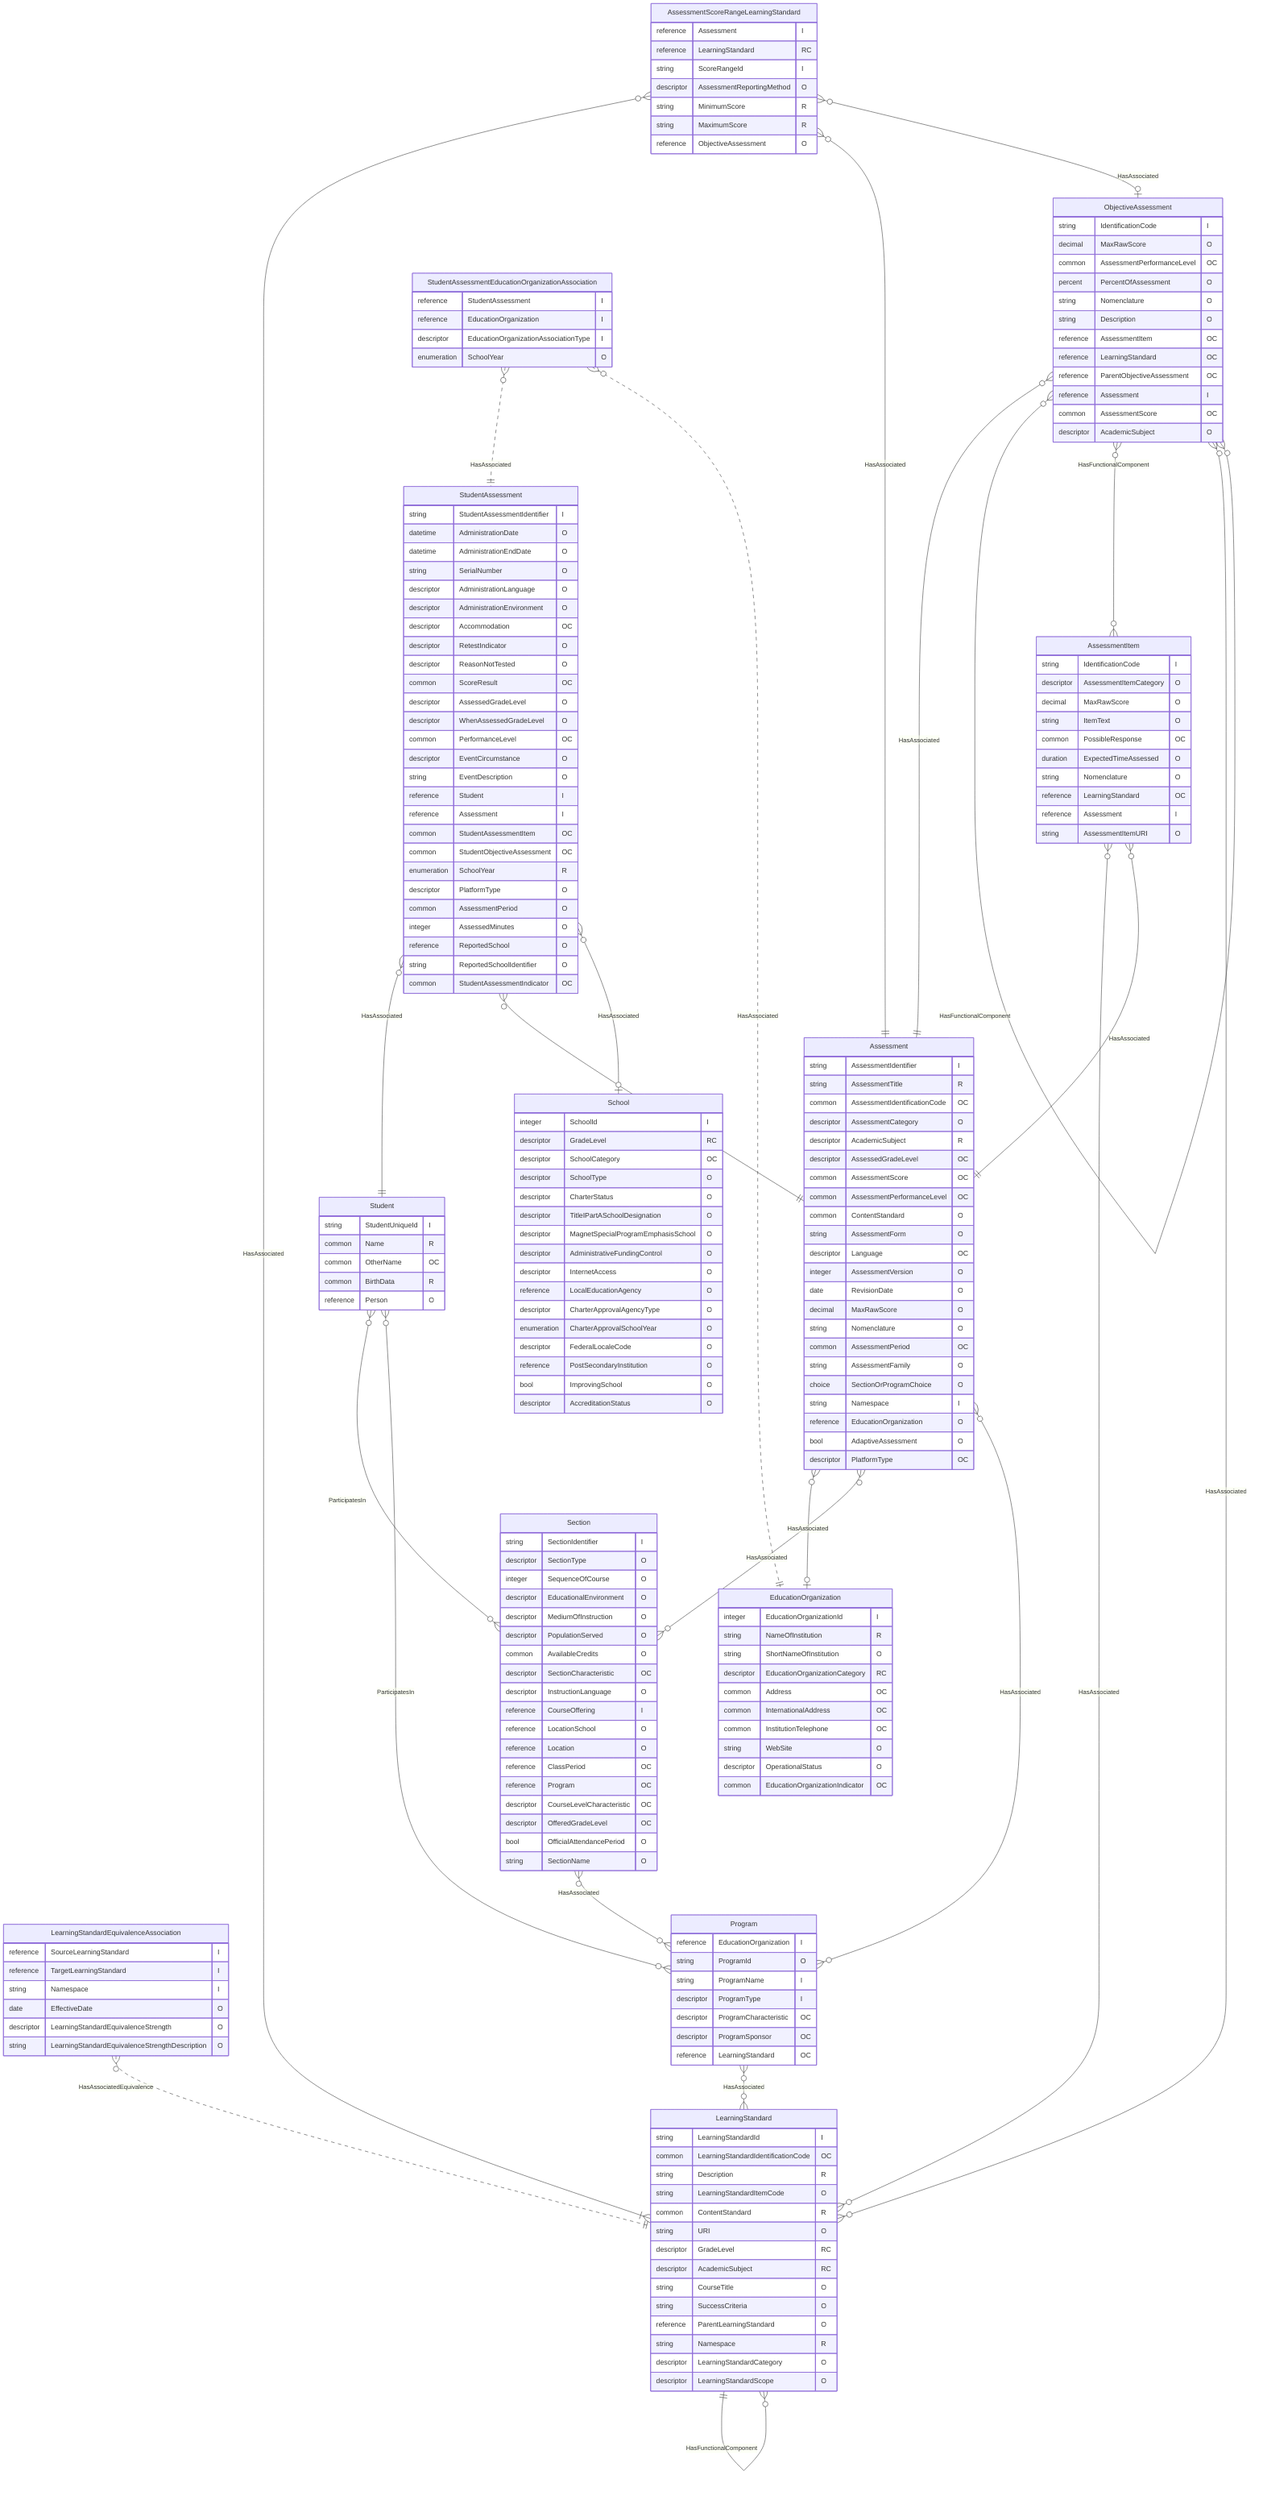
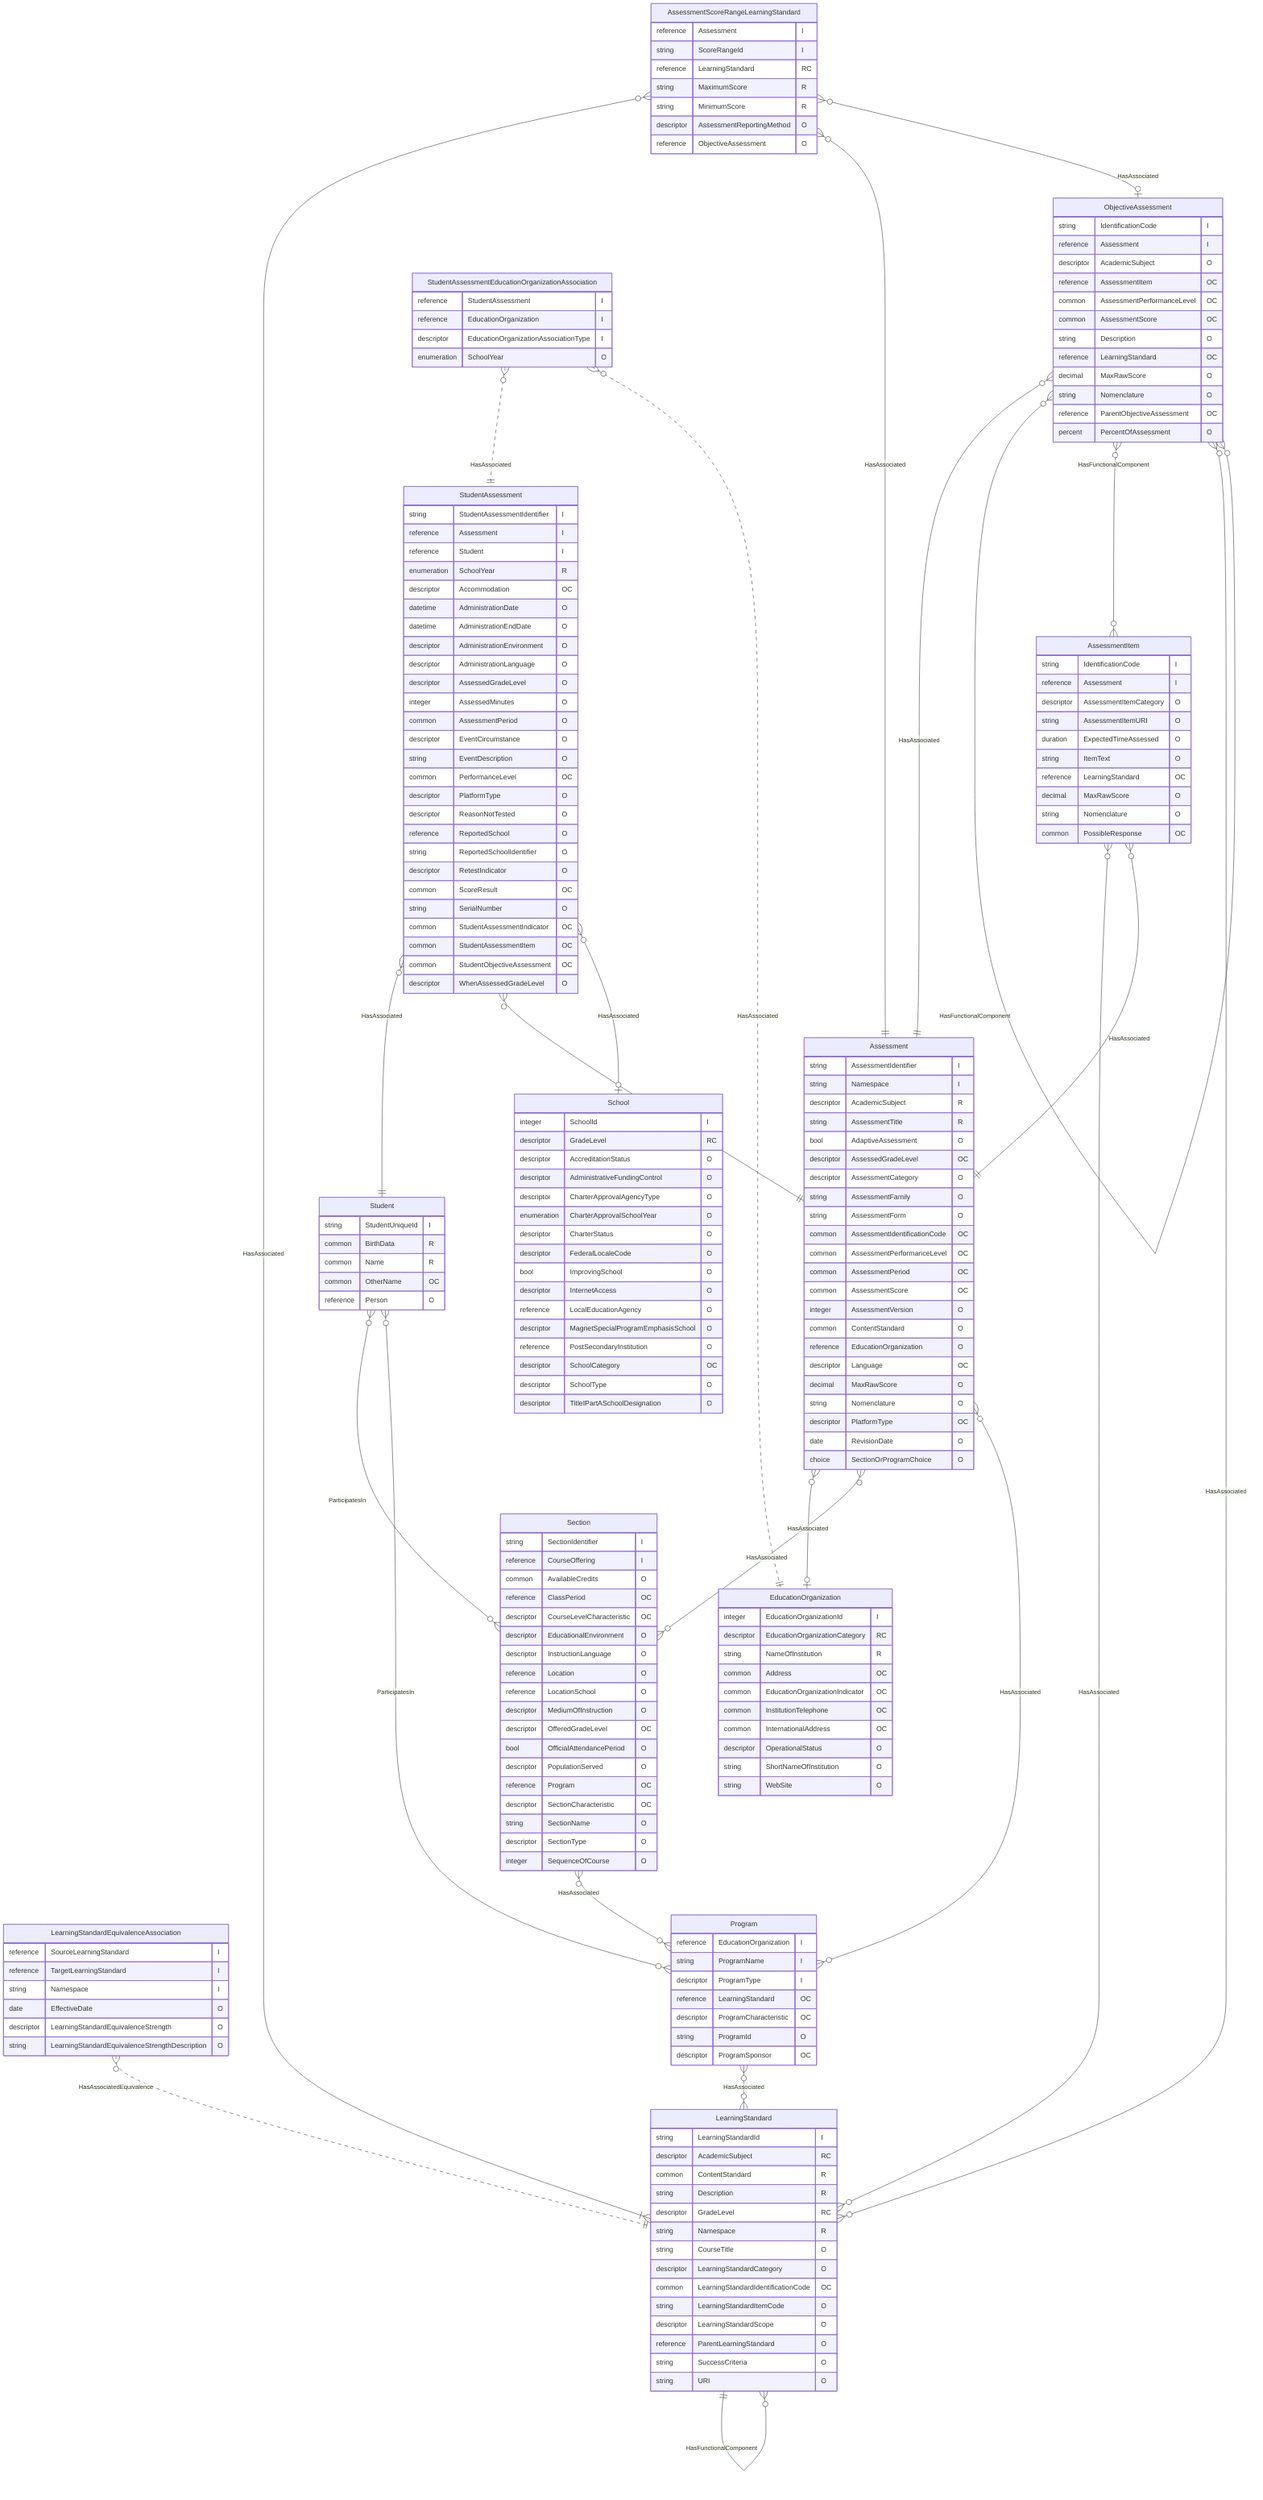
﻿erDiagram
    Assessment {
        string AssessmentIdentifier "I"
+         string Namespace "I"
+         descriptor AcademicSubject "R"
        string AssessmentTitle "R"
+         bool AdaptiveAssessment "O"
+         descriptor AssessedGradeLevel "OC"
+         descriptor AssessmentCategory "O"
+         string AssessmentFamily "O"
+         string AssessmentForm "O"
        common AssessmentIdentificationCode "OC"
-         descriptor AssessmentCategory "O"
-         descriptor AcademicSubject "R"
-         descriptor AssessedGradeLevel "OC"
+         common AssessmentPerformanceLevel "OC"
+         common AssessmentPeriod "OC"
        common AssessmentScore "OC"
-         common AssessmentPerformanceLevel "OC"
+         integer AssessmentVersion "O"
        common ContentStandard "O"
-         string AssessmentForm "O"
+         reference EducationOrganization "O"
        descriptor Language "OC"
-         integer AssessmentVersion "O"
-         date RevisionDate "O"
        decimal MaxRawScore "O"
        string Nomenclature "O"
-         common AssessmentPeriod "OC"
-         string AssessmentFamily "O"
+         descriptor PlatformType "OC"
+         date RevisionDate "O"
        choice SectionOrProgramChoice "O"
-         string Namespace "I"
-         reference EducationOrganization "O"
-         bool AdaptiveAssessment "O"
-         descriptor PlatformType "OC"
    }
    StudentAssessment {
        string StudentAssessmentIdentifier "I"
+ 		reference Assessment "I"
+         reference Student "I"
+         enumeration SchoolYear "R"
+         descriptor Accommodation "OC"
        datetime AdministrationDate "O"
        datetime AdministrationEndDate "O"
-         string SerialNumber "O"
+         descriptor AdministrationEnvironment "O"
        descriptor AdministrationLanguage "O"
-         descriptor AdministrationEnvironment "O"
-         descriptor Accommodation "OC"
-         descriptor RetestIndicator "O"
-         descriptor ReasonNotTested "O"
-         common ScoreResult "OC"
        descriptor AssessedGradeLevel "O"
-         descriptor WhenAssessedGradeLevel "O"
-         common PerformanceLevel "OC"
+         integer AssessedMinutes "O"
+         common AssessmentPeriod "O"
        descriptor EventCircumstance "O"
        string EventDescription "O"
-         reference Student "I"
-         reference Assessment "I"
+         common PerformanceLevel "OC"
+         descriptor PlatformType "O"
+         descriptor ReasonNotTested "O"
+         reference ReportedSchool "O"
+         string ReportedSchoolIdentifier "O"
+         descriptor RetestIndicator "O"
+         common ScoreResult "OC"
+         string SerialNumber "O"
+         common StudentAssessmentIndicator "OC"
        common StudentAssessmentItem "OC"
        common StudentObjectiveAssessment "OC"
-         enumeration SchoolYear "R"
-         descriptor PlatformType "O"
-         common AssessmentPeriod "O"
-         integer AssessedMinutes "O"
-         reference ReportedSchool "O"
-         string ReportedSchoolIdentifier "O"
-         common StudentAssessmentIndicator "OC"
+         descriptor WhenAssessedGradeLevel "O"
    }
    ObjectiveAssessment {
        string IdentificationCode "I"
+ 		reference Assessment "I"
+         descriptor AcademicSubject "O"
+         reference AssessmentItem "OC"
+         common AssessmentPerformanceLevel "OC"
+         common AssessmentScore "OC"
+         string Description "O"
+         reference LearningStandard "OC"
        decimal MaxRawScore "O"
-         common AssessmentPerformanceLevel "OC"
+         string Nomenclature "O"
+         reference ParentObjectiveAssessment "OC"
        percent PercentOfAssessment "O"
-         string Nomenclature "O"
-         string Description "O"
-         reference AssessmentItem "OC"
-         reference LearningStandard "OC"
-         reference ParentObjectiveAssessment "OC"
-         reference Assessment "I"
-         common AssessmentScore "OC"
-         descriptor AcademicSubject "O"
    }
    AssessmentItem {
        string IdentificationCode "I"
-         descriptor AssessmentItemCategory "O"
+         reference Assessment "I"
+ 		descriptor AssessmentItemCategory "O"
+         string AssessmentItemURI "O"
+         duration ExpectedTimeAssessed "O"
+         string ItemText "O"
+         reference LearningStandard "OC"
        decimal MaxRawScore "O"
-         string ItemText "O"
+         string Nomenclature "O"
        common PossibleResponse "OC"
-         duration ExpectedTimeAssessed "O"
-         string Nomenclature "O"
-         reference LearningStandard "OC"
-         reference Assessment "I"
-         string AssessmentItemURI "O"
    }
    LearningStandard {
        string LearningStandardId "I"
+         descriptor AcademicSubject "RC"
+         common ContentStandard "R"
+         string Description "R"
+         descriptor GradeLevel "RC"
+         string Namespace "R"
+         string CourseTitle "O"
+         descriptor LearningStandardCategory "O"
        common LearningStandardIdentificationCode "OC"
-         string Description "R"
        string LearningStandardItemCode "O"
-         common ContentStandard "R"
+         descriptor LearningStandardScope "O"
+         reference ParentLearningStandard "O"
+         string SuccessCriteria "O"
        string URI "O"
-         descriptor GradeLevel "RC"
-         descriptor AcademicSubject "RC"
-         string CourseTitle "O"
-         string SuccessCriteria "O"
-         reference ParentLearningStandard "O"
-         string Namespace "R"
-         descriptor LearningStandardCategory "O"
-         descriptor LearningStandardScope "O"
    }
    LearningStandardEquivalenceAssociation {
        reference SourceLearningStandard "I"
        reference TargetLearningStandard "I"
        string Namespace "I"
-         date EffectiveDate "O"
+ 		date EffectiveDate "O"
        descriptor LearningStandardEquivalenceStrength "O"
        string LearningStandardEquivalenceStrengthDescription "O"
    }
    AssessmentScoreRangeLearningStandard {
        reference Assessment "I"
+         string ScoreRangeId "I"
        reference LearningStandard "RC"
-         string ScoreRangeId "I"
+         string MaximumScore "R"
+         string MinimumScore "R"
        descriptor AssessmentReportingMethod "O"
-         string MinimumScore "R"
-         string MaximumScore "R"
        reference ObjectiveAssessment "O"
    }
    StudentAssessmentEducationOrganizationAssociation {
        reference StudentAssessment "I"
-         reference EducationOrganization "I"
+ 		reference EducationOrganization "I"
        descriptor EducationOrganizationAssociationType "I"
        enumeration SchoolYear "O"
    }
    Student {
        string StudentUniqueId "I"
+         common BirthData "R"
        common Name "R"
        common OtherName "OC"
-         common BirthData "R"
        reference Person "O"
    }
    EducationOrganization {
        integer EducationOrganizationId "I"
+         descriptor EducationOrganizationCategory "RC"
        string NameOfInstitution "R"
+         common Address "OC"
+         common EducationOrganizationIndicator "OC"
+         common InstitutionTelephone "OC"
+         common InternationalAddress "OC"
+         descriptor OperationalStatus "O"
        string ShortNameOfInstitution "O"
-         descriptor EducationOrganizationCategory "RC"
-         common Address "OC"
-         common InternationalAddress "OC"
-         common InstitutionTelephone "OC"
        string WebSite "O"
-         descriptor OperationalStatus "O"
-         common EducationOrganizationIndicator "OC"
    }
    Section {
        string SectionIdentifier "I"
+ 		reference CourseOffering "I"
+         common AvailableCredits "O"
+         reference ClassPeriod "OC"
+         descriptor CourseLevelCharacteristic "OC"
+         descriptor EducationalEnvironment "O"
+         descriptor InstructionLanguage "O"
+         reference Location "O"
+         reference LocationSchool "O"
+         descriptor MediumOfInstruction "O"
+         descriptor OfferedGradeLevel "OC"
+         bool OfficialAttendancePeriod "O"
+         descriptor PopulationServed "O"
+         reference Program "OC"
+         descriptor SectionCharacteristic "OC"
+         string SectionName "O"
        descriptor SectionType "O"
        integer SequenceOfCourse "O"
-         descriptor EducationalEnvironment "O"
-         descriptor MediumOfInstruction "O"
-         descriptor PopulationServed "O"
-         common AvailableCredits "O"
-         descriptor SectionCharacteristic "OC"
-         descriptor InstructionLanguage "O"
-         reference CourseOffering "I"
-         reference LocationSchool "O"
-         reference Location "O"
-         reference ClassPeriod "OC"
-         reference Program "OC"
-         descriptor CourseLevelCharacteristic "OC"
-         descriptor OfferedGradeLevel "OC"
-         bool OfficialAttendancePeriod "O"
-         string SectionName "O"
    }
    Program {
        reference EducationOrganization "I"
-         string ProgramId "O"
        string ProgramName "I"
        descriptor ProgramType "I"
+         reference LearningStandard "OC"
        descriptor ProgramCharacteristic "OC"
+         string ProgramId "O"
        descriptor ProgramSponsor "OC"
-         reference LearningStandard "OC"
    }
    School {
        integer SchoolId "I"
        descriptor GradeLevel "RC"
+         descriptor AccreditationStatus "O"
+         descriptor AdministrativeFundingControl "O"
+         descriptor CharterApprovalAgencyType "O"
+         enumeration CharterApprovalSchoolYear "O"
+         descriptor CharterStatus "O"
+         descriptor FederalLocaleCode "O"
+         bool ImprovingSchool "O"
+         descriptor InternetAccess "O"
+         reference LocalEducationAgency "O"
+         descriptor MagnetSpecialProgramEmphasisSchool "O"
+         reference PostSecondaryInstitution "O"
        descriptor SchoolCategory "OC"
        descriptor SchoolType "O"
-         descriptor CharterStatus "O"
        descriptor TitleIPartASchoolDesignation "O"
-         descriptor MagnetSpecialProgramEmphasisSchool "O"
-         descriptor AdministrativeFundingControl "O"
-         descriptor InternetAccess "O"
-         reference LocalEducationAgency "O"
-         descriptor CharterApprovalAgencyType "O"
-         enumeration CharterApprovalSchoolYear "O"
-         descriptor FederalLocaleCode "O"
-         reference PostSecondaryInstitution "O"
-         bool ImprovingSchool "O"
-         descriptor AccreditationStatus "O"
    }
    StudentAssessment }o--|| Student : "HasAssociated"
    StudentAssessment }o--|| Assessment : "HasAssociated"
    StudentAssessmentEducationOrganizationAssociation }o..|| StudentAssessment : "HasAssociated"
    StudentAssessmentEducationOrganizationAssociation }o..|| EducationOrganization : "HasAssociated"
    StudentAssessment }o--o| School : "HasAssociated"
    Assessment }o--o| EducationOrganization : "HasAssociated"
    Assessment }o--o{ Section : "HasAssociated"
    Assessment }o--o{ Program : "HasAssociated"
    ObjectiveAssessment }o--|| Assessment : "HasAssociated"
    ObjectiveAssessment }o--o{ ObjectiveAssessment : "HasFunctionalComponent"
    ObjectiveAssessment }o--o{ AssessmentItem : "HasFunctionalComponent"
    ObjectiveAssessment }o--o{ LearningStandard : "HasAssociated"
    AssessmentItem }o--o{ LearningStandard : "HasAssociated"
    AssessmentItem }o--|| Assessment : "HasAssociated"
    AssessmentScoreRangeLearningStandard }o--|{ LearningStandard : "HasAssociated"
    AssessmentScoreRangeLearningStandard }o--|| Assessment : "HasAssociated"
    AssessmentScoreRangeLearningStandard }o--o| ObjectiveAssessment : "HasAssociated"
    LearningStandardEquivalenceAssociation }o..|| LearningStandard : "HasAssociatedEquivalence"
    LearningStandard }o--o{ LearningStandard : "HasAssociatedEquivalence"
    LearningStandard ||--o{ LearningStandard : "HasFunctionalComponent"
    Program }o--o{ LearningStandard : "HasAssociated"
    Section }o--o{ Program : "HasAssociated"
    Student }o--o{ Section : "ParticipatesIn"
    Student }o--o{ Program : "ParticipatesIn"